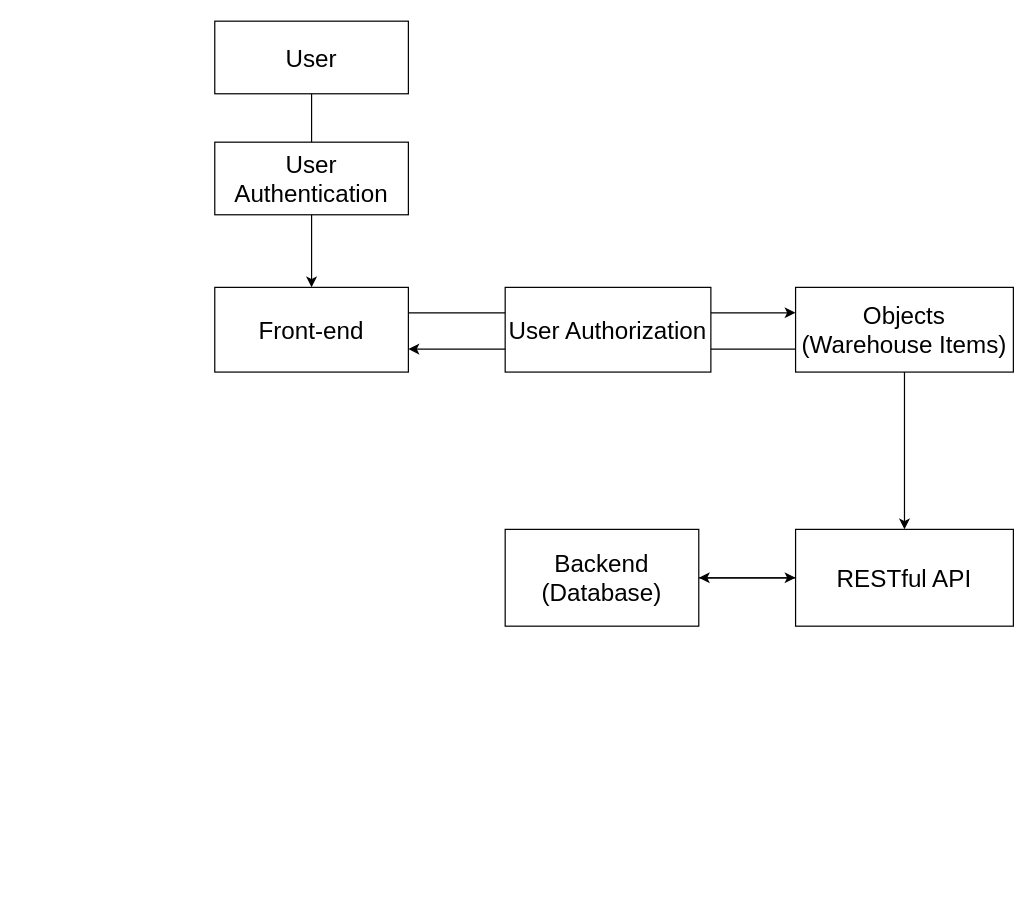
Above: docs/first-domain-model.drawio in martin-r-georgiev/inventory-system-restapi (draw.io), before the change. Source tidied: cells renumbered, new cells numbered last; positions are measured from the earlier drawing's top-left corner, leaving out a move shared by most shapes. Both pictures are drawn from the tidied source at 121%, with x=0, y=0 at pixel (214, 21).
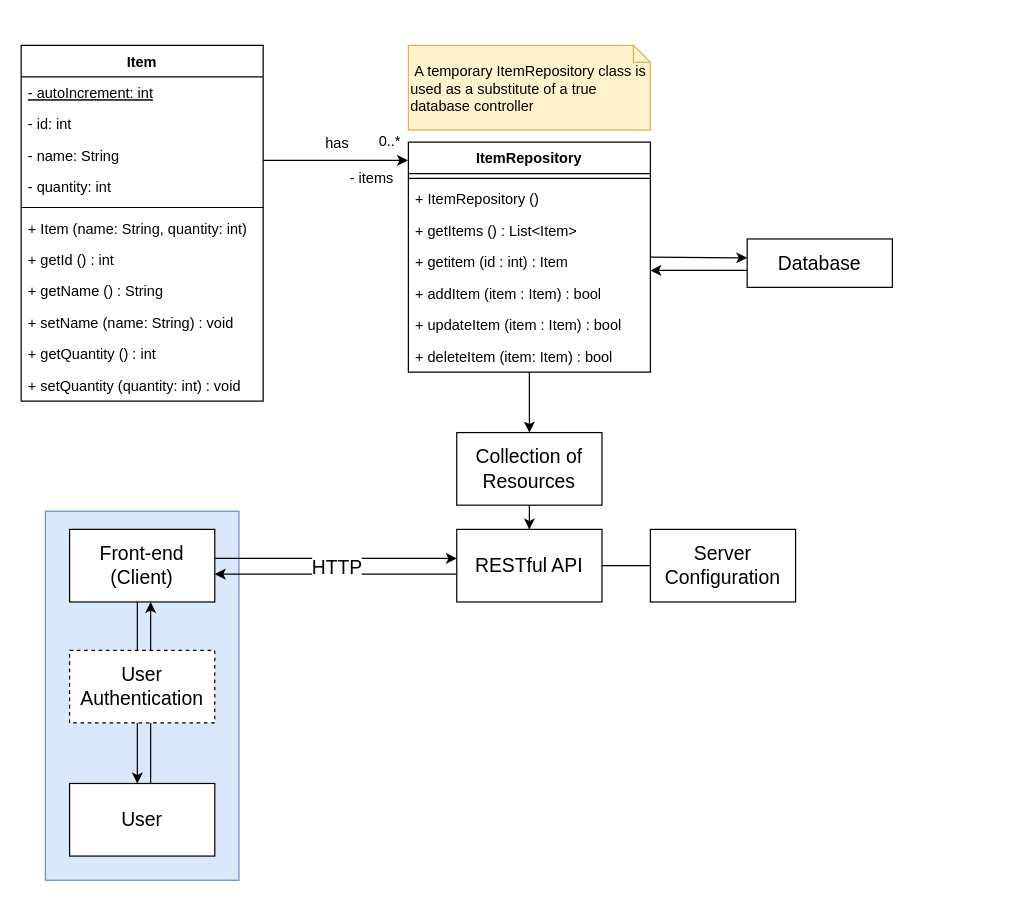
After the change.

What changed in the source:
```diff
@@
-<mxGraphModel background="#ffffff">
+<mxGraphModel>
@@
-    <mxCell id="2" style="edgeStyle=orthogonalEdgeStyle;rounded=0;jettySize=auto;html=1;entryX=0.5;entryY=0;entryDx=0;entryDy=0;fontSize=20;" parent="1" edge="1" source="3" target="5">
-      <mxGeometry relative="1" as="geometry" />
-    </mxCell>
+    <mxCell id="15" style="rounded=0;whiteSpace=wrap;html=1;fontSize=16;fillColor=#dae8fc;strokeColor=#6c8ebf;" parent="1" vertex="1">
+      <mxGeometry x="-140" y="405" width="160" height="305" as="geometry" />
+    </mxCell>
+    <mxCell id="16" style="edgeStyle=orthogonalEdgeStyle;rounded=0;orthogonalLoop=1;jettySize=auto;html=1;fontSize=16;" parent="1" edge="1">
+      <mxGeometry relative="1" as="geometry">
+        <mxPoint x="450" y="206" as="sourcePoint" />
+        <mxPoint x="360" y="206" as="targetPoint" />
+      </mxGeometry>
+    </mxCell>
+    <mxCell id="17" value="Database" style="rounded=0;whiteSpace=wrap;html=1;fontSize=16;" parent="1" vertex="1">
+      <mxGeometry x="440" y="180" width="120" height="40" as="geometry" />
+    </mxCell>
+    <mxCell id="18" value="&lt;br&gt;&amp;nbsp;A temporary ItemRepository class is used as a&amp;nbsp;substitute of a true database controller" style="shape=note;whiteSpace=wrap;html=1;size=14;verticalAlign=top;align=left;spacingTop=-6;fillColor=#fff2cc;strokeColor=#d6b656;" parent="1" vertex="1">
+      <mxGeometry x="160" y="20" width="200" height="70" as="geometry" />
+    </mxCell>
+    <mxCell id="19" style="edgeStyle=orthogonalEdgeStyle;rounded=0;jettySize=auto;html=1;entryX=0.5;entryY=0;entryDx=0;entryDy=0;fontSize=16;" parent="1" edge="1" source="20" target="45">
+      <mxGeometry relative="1" as="geometry" />
+    </mxCell>
+    <mxCell id="20" value="ItemRepository" style="swimlane;fontStyle=1;align=center;verticalAlign=top;horizontal=1;startSize=26;" parent="1" vertex="1">
+      <mxGeometry x="160" y="100" width="200" height="190" as="geometry" />
+    </mxCell>
+    <mxCell id="21" style="line;strokeWidth=1;fillColor=none;align=left;verticalAlign=middle;spacingTop=-1;spacingLeft=3;spacingRight=3;labelPosition=right;" parent="20" vertex="1">
+      <mxGeometry y="26" width="200" height="8" as="geometry" />
+    </mxCell>
+    <mxCell id="22" value="+ ItemRepository ()" style="text;strokeColor=none;fillColor=none;align=left;verticalAlign=top;spacingLeft=4;spacingRight=4;overflow=hidden;" parent="20" vertex="1">
+      <mxGeometry y="34" width="200" height="26" as="geometry" />
+    </mxCell>
+    <mxCell id="23" value="+ getItems () : List&lt;Item&gt;" style="text;strokeColor=none;fillColor=none;align=left;verticalAlign=top;spacingLeft=4;spacingRight=4;overflow=hidden;" parent="20" vertex="1">
+      <mxGeometry y="60" width="200" height="26" as="geometry" />
+    </mxCell>
+    <mxCell id="24" value="+ getitem (id : int) : Item" style="text;strokeColor=none;fillColor=none;align=left;verticalAlign=top;spacingLeft=4;spacingRight=4;overflow=hidden;" parent="20" vertex="1">
+      <mxGeometry y="86" width="200" height="26" as="geometry" />
+    </mxCell>
+    <mxCell id="25" value="+ addItem (item : Item) : bool" style="text;strokeColor=none;fillColor=none;align=left;verticalAlign=top;spacingLeft=4;spacingRight=4;overflow=hidden;" parent="20" vertex="1">
+      <mxGeometry y="112" width="200" height="26" as="geometry" />
+    </mxCell>
+    <mxCell id="26" value="+ updateItem (item : Item) : bool" style="text;strokeColor=none;fillColor=none;align=left;verticalAlign=top;spacingLeft=4;spacingRight=4;overflow=hidden;" parent="20" vertex="1">
+      <mxGeometry y="138" width="200" height="26" as="geometry" />
+    </mxCell>
+    <mxCell id="27" value="+ deleteItem (item: Item) : bool" style="text;strokeColor=none;fillColor=none;align=left;verticalAlign=top;spacingLeft=4;spacingRight=4;overflow=hidden;" parent="20" vertex="1">
+      <mxGeometry y="164" width="200" height="26" as="geometry" />
+    </mxCell>
+    <mxCell id="28" style="edgeStyle=orthogonalEdgeStyle;rounded=0;jettySize=auto;html=1;entryX=-0.002;entryY=0.079;entryDx=0;entryDy=0;entryPerimeter=0;" parent="1" edge="1" source="30" target="20">
+      <mxGeometry relative="1" as="geometry">
+        <Array as="points">
+          <mxPoint x="70" y="115" />
+          <mxPoint x="70" y="115" />
+        </Array>
+      </mxGeometry>
+    </mxCell>
+    <mxCell id="29" value="has" style="edgeLabel;html=1;align=center;verticalAlign=middle;fontSize=12;" parent="28" vertex="1">
+      <mxGeometry x="0.13" y="2" relative="1" as="geometry">
+        <mxPoint x="-8" y="-13" as="offset" />
+      </mxGeometry>
+    </mxCell>
+    <mxCell id="30" value="Item" style="swimlane;fontStyle=1;align=center;verticalAlign=top;horizontal=1;startSize=26;" parent="1" vertex="1">
+      <mxGeometry x="-160" y="20" width="200" height="294" as="geometry" />
+    </mxCell>
+    <mxCell id="31" value="- autoIncrement: int" style="text;strokeColor=none;fillColor=none;align=left;verticalAlign=top;spacingLeft=4;spacingRight=4;overflow=hidden;fontStyle=4;" parent="30" vertex="1">
+      <mxGeometry y="26" width="200" height="26" as="geometry" />
+    </mxCell>
+    <mxCell id="32" value="- id: int" style="text;strokeColor=none;fillColor=none;align=left;verticalAlign=top;spacingLeft=4;spacingRight=4;overflow=hidden;" parent="30" vertex="1">
+      <mxGeometry y="52" width="200" height="26" as="geometry" />
+    </mxCell>
+    <mxCell id="33" value="- name: String" style="text;strokeColor=none;fillColor=none;align=left;verticalAlign=top;spacingLeft=4;spacingRight=4;overflow=hidden;" parent="30" vertex="1">
+      <mxGeometry y="78" width="200" height="26" as="geometry" />
+    </mxCell>
+    <mxCell id="34" value="- quantity: int" style="text;strokeColor=none;fillColor=none;align=left;verticalAlign=top;spacingLeft=4;spacingRight=4;overflow=hidden;" parent="30" vertex="1">
+      <mxGeometry y="104" width="200" height="26" as="geometry" />
+    </mxCell>
+    <mxCell id="35" style="line;strokeWidth=1;fillColor=none;align=left;verticalAlign=middle;spacingTop=-1;spacingLeft=3;spacingRight=3;labelPosition=right;" parent="30" vertex="1">
+      <mxGeometry y="130" width="200" height="8" as="geometry" />
+    </mxCell>
+    <mxCell id="36" value="+ Item (name: String, quantity: int)" style="text;strokeColor=none;fillColor=none;align=left;verticalAlign=top;spacingLeft=4;spacingRight=4;overflow=hidden;" parent="30" vertex="1">
+      <mxGeometry y="138" width="200" height="26" as="geometry" />
+    </mxCell>
+    <mxCell id="37" value="+ getId () : int" style="text;strokeColor=none;fillColor=none;align=left;verticalAlign=top;spacingLeft=4;spacingRight=4;overflow=hidden;" parent="30" vertex="1">
+      <mxGeometry y="164" width="200" height="26" as="geometry" />
+    </mxCell>
+    <mxCell id="38" value="+ getName () : String" style="text;strokeColor=none;fillColor=none;align=left;verticalAlign=top;spacingLeft=4;spacingRight=4;overflow=hidden;" parent="30" vertex="1">
+      <mxGeometry y="190" width="200" height="26" as="geometry" />
+    </mxCell>
+    <mxCell id="39" value="+ setName (name: String) : void" style="text;strokeColor=none;fillColor=none;align=left;verticalAlign=top;spacingLeft=4;spacingRight=4;overflow=hidden;" parent="30" vertex="1">
+      <mxGeometry y="216" width="200" height="26" as="geometry" />
+    </mxCell>
+    <mxCell id="40" value="+ getQuantity () : int" style="text;strokeColor=none;fillColor=none;align=left;verticalAlign=top;spacingLeft=4;spacingRight=4;overflow=hidden;" parent="30" vertex="1">
+      <mxGeometry y="242" width="200" height="26" as="geometry" />
+    </mxCell>
+    <mxCell id="41" value="+ setQuantity (quantity: int) : void" style="text;strokeColor=none;fillColor=none;align=left;verticalAlign=top;spacingLeft=4;spacingRight=4;overflow=hidden;" parent="30" vertex="1">
+      <mxGeometry y="268" width="200" height="26" as="geometry" />
+    </mxCell>
+    <mxCell id="42" value="0..*" style="text;html=1;strokeColor=none;fillColor=none;align=center;verticalAlign=middle;whiteSpace=wrap;rounded=0;fontSize=12;" parent="1" vertex="1">
+      <mxGeometry x="130" y="90" width="30" height="20" as="geometry" />
+    </mxCell>
+    <mxCell id="43" value="- items" style="text;html=1;strokeColor=none;fillColor=none;align=center;verticalAlign=middle;whiteSpace=wrap;rounded=0;fontSize=12;" parent="1" vertex="1">
+      <mxGeometry x="110" y="120" width="40" height="20" as="geometry" />
+    </mxCell>
+    <mxCell id="44" style="edgeStyle=orthogonalEdgeStyle;rounded=0;jettySize=auto;html=1;entryX=0.5;entryY=0;entryDx=0;entryDy=0;fontSize=16;" parent="1" edge="1" source="45" target="13">
+      <mxGeometry relative="1" as="geometry" />
+    </mxCell>
+    <mxCell id="45" value="Collection of Resources" style="rounded=0;whiteSpace=wrap;html=1;fontSize=16;" parent="1" vertex="1">
+      <mxGeometry x="200" y="340" width="120" height="60" as="geometry" />
+    </mxCell>
+    <mxCell id="46" style="endArrow=classic;html=1;fontSize=16;" parent="1" edge="1">
+      <mxGeometry relative="1" as="geometry">
+        <mxPoint x="360" y="195" as="sourcePoint" />
+        <mxPoint x="440" y="195.6" as="targetPoint" />
+      </mxGeometry>
+    </mxCell>
+    <mxCell id="47" style="edgeStyle=orthogonalEdgeStyle;rounded=0;orthogonalLoop=1;jettySize=auto;html=1;fontSize=16;" parent="1" edge="1">
+      <mxGeometry relative="1" as="geometry">
+        <mxPoint x="200" y="457" as="sourcePoint" />
+        <mxPoint y="457" as="targetPoint" />
+      </mxGeometry>
+    </mxCell>
+    <mxCell id="13" value="RESTful API" style="rounded=0;whiteSpace=wrap;html=1;fontSize=16;" parent="1" vertex="1">
+      <mxGeometry x="200" y="420" width="120" height="60" as="geometry" />
+    </mxCell>
+    <mxCell id="48" style="edgeStyle=orthogonalEdgeStyle;rounded=0;orthogonalLoop=1;jettySize=auto;html=1;entryX=0;entryY=0.5;entryDx=0;entryDy=0;fontSize=16;" parent="1" edge="1">
+      <mxGeometry relative="1" as="geometry">
+        <mxPoint y="444" as="sourcePoint" />
+        <mxPoint x="200" y="444" as="targetPoint" />
+      </mxGeometry>
+    </mxCell>
+    <mxCell id="49" value="HTTP" style="edgeLabel;html=1;align=center;verticalAlign=middle;fontSize=16;" parent="48" vertex="1">
+      <mxGeometry x="0.08" y="-2" relative="1" as="geometry">
+        <mxPoint x="-7.5" y="4" as="offset" />
+      </mxGeometry>
+    </mxCell>
+    <mxCell id="50" style="edgeStyle=orthogonalEdgeStyle;rounded=0;orthogonalLoop=1;jettySize=auto;html=1;fontSize=16;" parent="1" edge="1">
+      <mxGeometry relative="1" as="geometry">
+        <mxPoint x="-64" y="480" as="sourcePoint" />
+        <mxPoint x="-64" y="630" as="targetPoint" />
+      </mxGeometry>
+    </mxCell>
+    <mxCell id="51" value="Front-end&lt;br&gt;(Client)" style="rounded=0;whiteSpace=wrap;html=1;fontSize=16;" parent="1" vertex="1">
+      <mxGeometry x="-120" y="420" width="120" height="60" as="geometry" />
+    </mxCell>
+    <mxCell id="52" value="Server&lt;br&gt;Configuration" style="rounded=0;whiteSpace=wrap;html=1;fontSize=16;" parent="1" vertex="1">
+      <mxGeometry x="360" y="420" width="120" height="60" as="geometry" />
+    </mxCell>
+    <mxCell id="53" style="endArrow=none;html=1;fontSize=16;entryX=0;entryY=0.5;entryDx=0;entryDy=0;" parent="1" edge="1" target="52">
+      <mxGeometry relative="1" as="geometry">
+        <mxPoint x="320" y="450" as="sourcePoint" />
+      </mxGeometry>
+    </mxCell>
+    <mxCell id="54" style="edgeStyle=orthogonalEdgeStyle;rounded=0;orthogonalLoop=1;jettySize=auto;html=1;entryX=0.5;entryY=1;entryDx=0;entryDy=0;fontSize=16;" parent="1" edge="1">
+      <mxGeometry relative="1" as="geometry">
+        <mxPoint x="-53" y="630" as="sourcePoint" />
+        <mxPoint x="-53" y="480" as="targetPoint" />
+      </mxGeometry>
+    </mxCell>
-    <mxCell id="3" value="&lt;font style=&quot;font-size: 20px&quot;&gt;User&lt;/font&gt;" style="rounded=0;whiteSpace=wrap;html=1;" parent="1" vertex="1">
-      <mxGeometry width="160" height="60" as="geometry" />
+    <mxCell id="3" value="User" style="rounded=0;whiteSpace=wrap;html=1;fontSize=16;" parent="1" vertex="1">
+      <mxGeometry x="-120" y="630" width="120" height="60" as="geometry" />
     </mxCell>
-    <mxCell id="4" style="edgeStyle=orthogonalEdgeStyle;rounded=0;orthogonalLoop=1;jettySize=auto;html=1;entryX=0;entryY=0.5;entryDx=0;entryDy=0;fontSize=20;" parent="1" edge="1">
-      <mxGeometry relative="1" as="geometry">
-        <mxPoint x="160" y="241" as="sourcePoint" />
-        <mxPoint x="480" y="241" as="targetPoint" />
-      </mxGeometry>
-    </mxCell>
-    <mxCell id="5" value="&lt;font style=&quot;font-size: 20px&quot;&gt;Front-end&lt;br&gt;&lt;/font&gt;" style="rounded=0;whiteSpace=wrap;html=1;" parent="1" vertex="1">
-      <mxGeometry y="220" width="160" height="70" as="geometry" />
-    </mxCell>
-    <mxCell id="6" style="edgeStyle=orthogonalEdgeStyle;rounded=0;jettySize=auto;html=1;entryX=0.5;entryY=0;entryDx=0;entryDy=0;fontSize=20;" parent="1" edge="1" source="8" target="13">
-      <mxGeometry relative="1" as="geometry" />
-    </mxCell>
-    <mxCell id="7" style="edgeStyle=orthogonalEdgeStyle;rounded=0;orthogonalLoop=1;jettySize=auto;html=1;entryX=1;entryY=0.5;entryDx=0;entryDy=0;fontSize=20;" parent="1" edge="1">
-      <mxGeometry relative="1" as="geometry">
-        <mxPoint x="480" y="271" as="sourcePoint" />
-        <mxPoint x="160" y="271" as="targetPoint" />
-      </mxGeometry>
-    </mxCell>
-    <mxCell id="8" value="Objects&lt;br&gt;(Warehouse Items)" style="rounded=0;whiteSpace=wrap;html=1;fontSize=20;" parent="1" vertex="1">
-      <mxGeometry x="480" y="220" width="180" height="70" as="geometry" />
-    </mxCell>
-    <mxCell id="9" style="edgeStyle=orthogonalEdgeStyle;rounded=0;jettySize=auto;html=1;fontSize=20;" parent="1" edge="1" source="10" target="13">
-      <mxGeometry relative="1" as="geometry" />
-    </mxCell>
-    <mxCell id="10" value="Backend&lt;br&gt;(Database)" style="rounded=0;whiteSpace=wrap;html=1;fontSize=20;" parent="1" vertex="1">
-      <mxGeometry x="240" y="420" width="160" height="80" as="geometry" />
-    </mxCell>
-    <mxCell id="11" value="User Authentication" style="rounded=0;whiteSpace=wrap;html=1;fontSize=20;" parent="1" vertex="1">
-      <mxGeometry y="100" width="160" height="60" as="geometry" />
+    <mxCell id="11" value="User Authentication" style="rounded=0;whiteSpace=wrap;html=1;fontSize=16;dashed=1;" parent="1" vertex="1">
+      <mxGeometry x="-120" y="520" width="120" height="60" as="geometry" />
     </mxCell>
-    <mxCell id="12" style="edgeStyle=orthogonalEdgeStyle;rounded=0;jettySize=auto;html=1;entryX=1;entryY=0.5;entryDx=0;entryDy=0;fontSize=20;" parent="1" edge="1" source="13" target="10">
-      <mxGeometry relative="1" as="geometry" />
-    </mxCell>
-    <mxCell id="13" value="RESTful API" style="rounded=0;whiteSpace=wrap;html=1;fontSize=20;" parent="1" vertex="1">
-      <mxGeometry x="480" y="420" width="180" height="80" as="geometry" />
-    </mxCell>
-    <mxCell id="14" value="User Authorization" style="rounded=0;whiteSpace=wrap;html=1;fontSize=20;" parent="1" vertex="1">
-      <mxGeometry x="240" y="220" width="170" height="70" as="geometry" />
-    </mxCell>
```
